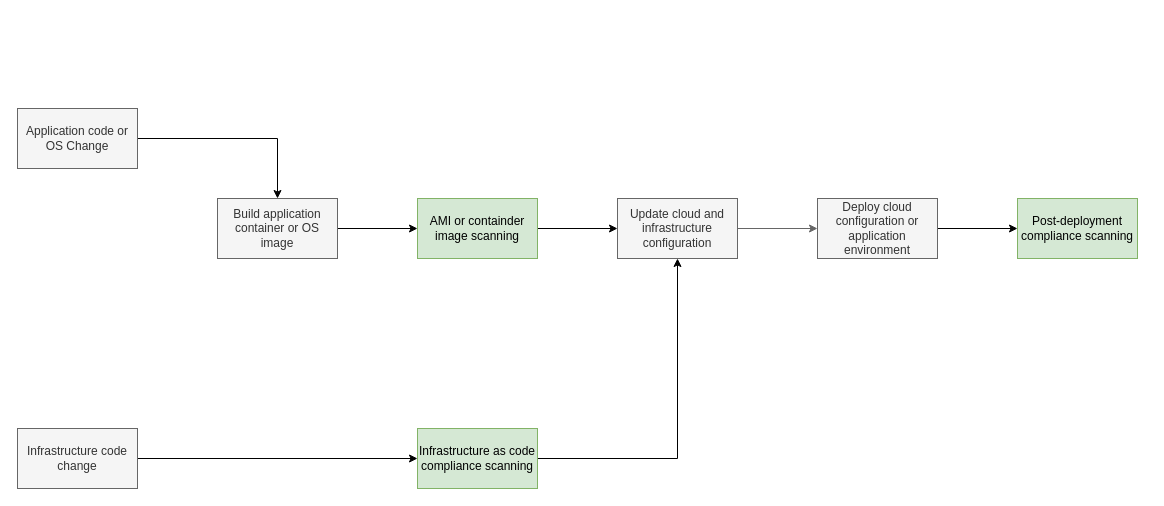
This is DevSecOpsPipeline.drawio from david-delucas/aws-design-for-security-project, a draw.io file, before an edit. Source tidied: cells renumbered, new cells numbered last; positions are measured from the earlier drawing's top-left corner, leaving out a move shared by most shapes. Both pictures are drawn from the tidied source at 100%, with x=0, y=0 at pixel (17, 108).
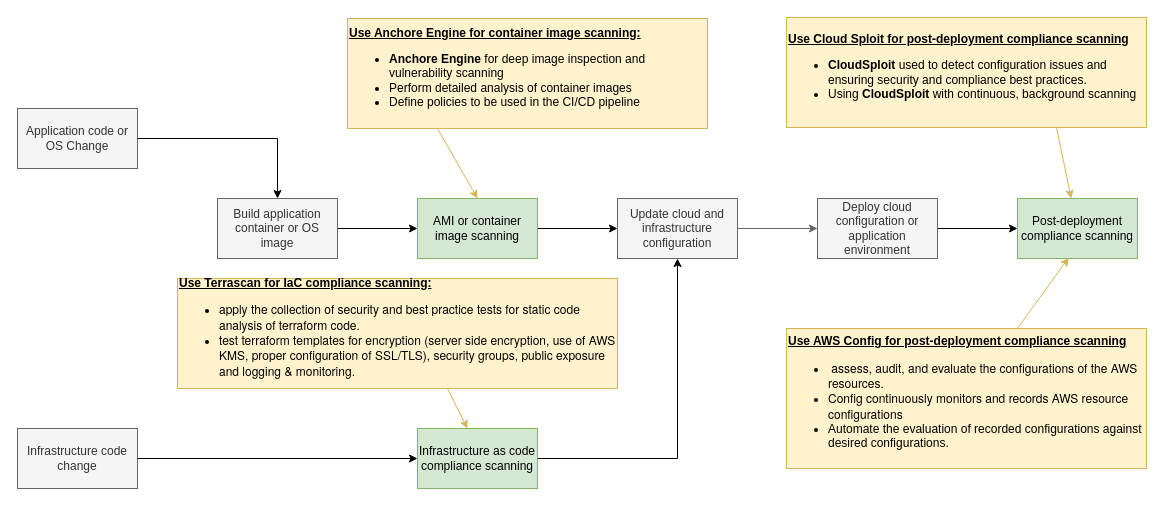
Above is the later version.

Unchanged cells that the change refers to:
```xml
<mxCell id="16" value="Post-deployment compliance scanning" style="rounded=0;whiteSpace=wrap;html=1;fillColor=#d5e8d4;strokeColor=#82b366;" parent="1" vertex="1">
  <mxGeometry x="1000" y="90" width="120" height="60" as="geometry" />
</mxCell>
```

Diff of the diagram source:
```diff
@@
-    <mxCell id="15" value="AMI or containder image scanning" style="rounded=0;whiteSpace=wrap;html=1;fillColor=#d5e8d4;strokeColor=#82b366;" parent="1" vertex="1">
+    <mxCell id="15" value="AMI or container image scanning" style="rounded=0;whiteSpace=wrap;html=1;fillColor=#d5e8d4;strokeColor=#82b366;" parent="1" vertex="1">
       <mxGeometry x="400" y="90" width="120" height="60" as="geometry" />
     </mxCell>
@@
+    <mxCell id="17" value="&lt;div&gt;&lt;b&gt;&lt;u&gt;Use Cloud Sploit for post-deployment compliance scanning&lt;/u&gt;&lt;/b&gt;&lt;/div&gt;&lt;ul&gt;&lt;li&gt;&lt;b&gt;CloudSploit &lt;/b&gt;used to detect configuration issues and ensuring security and compliance best practices.&lt;/li&gt;&lt;li&gt;Using &lt;b&gt;CloudSploit &lt;/b&gt;with continuous, background scanning&lt;/li&gt;&lt;/ul&gt;" style="text;html=1;strokeColor=#d6b656;fillColor=#fff2cc;align=left;verticalAlign=middle;whiteSpace=wrap;rounded=0;" parent="1" vertex="1">
+      <mxGeometry x="769" y="-91" width="360" height="110" as="geometry" />
+    </mxCell>
+    <mxCell id="18" style="endArrow=classic;html=1;exitX=0.75;exitY=1;exitDx=0;exitDy=0;fillColor=#fff2cc;strokeColor=#d6b656;strokeWidth=1;" parent="1" edge="1" source="17" target="16">
+      <mxGeometry relative="1" as="geometry" />
+    </mxCell>
+    <mxCell id="19" value="&lt;div&gt;&lt;b&gt;&lt;u&gt;Use Anchore Engine for container image scanning:&lt;/u&gt;&lt;/b&gt;&lt;/div&gt;&lt;ul&gt;&lt;li&gt;&lt;b&gt;Anchore Engine &lt;/b&gt;for deep image inspection and vulnerability scanning&lt;br&gt;&lt;/li&gt;&lt;li&gt;Perform detailed analysis of container images&lt;/li&gt;&lt;li&gt;Define policies to be used in the CI/CD pipeline&lt;/li&gt;&lt;/ul&gt;" style="text;html=1;strokeColor=#d6b656;fillColor=#fff2cc;align=left;verticalAlign=middle;whiteSpace=wrap;rounded=0;" parent="1" vertex="1">
+      <mxGeometry x="330" y="-90" width="360" height="110" as="geometry" />
+    </mxCell>
+    <mxCell id="20" style="endArrow=classic;html=1;exitX=0.25;exitY=1;exitDx=0;exitDy=0;fillColor=#fff2cc;strokeColor=#d6b656;strokeWidth=1;entryX=0.5;entryY=0;entryDx=0;entryDy=0;" parent="1" edge="1" source="19" target="15">
+      <mxGeometry relative="1" as="geometry" />
+    </mxCell>
+    <mxCell id="21" value="&lt;div&gt;&lt;b&gt;&lt;u&gt;Use AWS Config for post-deployment compliance scanning&lt;/u&gt;&lt;/b&gt;&lt;/div&gt;&lt;ul&gt;&lt;li&gt;&lt;span style=&quot;font-family: &amp;#34;amazonemberlight&amp;#34; , &amp;#34;helvetica neue light&amp;#34; , &amp;#34;helvetica neue&amp;#34; , &amp;#34;helvetica&amp;#34; , &amp;#34;arial&amp;#34; , sans-serif&quot;&gt;&amp;nbsp;assess, audit, and evaluate the configurations of the AWS resources.&amp;nbsp;&lt;/span&gt;&lt;/li&gt;&lt;li&gt;&lt;span style=&quot;font-family: &amp;#34;amazonemberlight&amp;#34; , &amp;#34;helvetica neue light&amp;#34; , &amp;#34;helvetica neue&amp;#34; , &amp;#34;helvetica&amp;#34; , &amp;#34;arial&amp;#34; , sans-serif&quot;&gt;Config continuously monitors and records AWS resource configurations&amp;nbsp;&lt;/span&gt;&lt;/li&gt;&lt;li&gt;Automate the evaluation of recorded configurations against desired configurations.&lt;/li&gt;&lt;/ul&gt;" style="text;html=1;strokeColor=#d6b656;fillColor=#fff2cc;align=left;verticalAlign=middle;whiteSpace=wrap;rounded=0;" parent="1" vertex="1">
+      <mxGeometry x="769" y="220" width="360" height="140" as="geometry" />
+    </mxCell>
+    <mxCell id="22" style="endArrow=classic;html=1;fillColor=#fff2cc;strokeColor=#d6b656;strokeWidth=1;entryX=0.427;entryY=0.987;entryDx=0;entryDy=0;entryPerimeter=0;" parent="1" edge="1" source="21" target="16">
+      <mxGeometry relative="1" as="geometry" />
+    </mxCell>
+    <mxCell id="23" value="&lt;div&gt;&lt;b&gt;&lt;u&gt;Use Terrascan for IaC compliance scanning:&lt;/u&gt;&lt;/b&gt;&lt;/div&gt;&lt;ul&gt;&lt;li&gt;&lt;font face=&quot;amazonemberlight, helvetica neue light, helvetica neue, helvetica, arial, sans-serif&quot;&gt;apply the collection of security and best practice tests for static code analysis of terraform code.&lt;/font&gt;&lt;/li&gt;&lt;li&gt;&lt;span&gt;&lt;font face=&quot;amazonemberlight, helvetica neue light, helvetica neue, helvetica, arial, sans-serif&quot;&gt;test terraform templates for encryption (server side encryption, use of AWS KMS, proper configuration of SSL/TLS), security groups, public exposure and logging &amp;amp; monitoring&lt;/font&gt;.&lt;/span&gt;&lt;br&gt;&lt;/li&gt;&lt;/ul&gt;" style="text;html=1;strokeColor=#d6b656;fillColor=#fff2cc;align=left;verticalAlign=middle;whiteSpace=wrap;rounded=0;" parent="1" vertex="1">
+      <mxGeometry x="160" y="170" width="440" height="110" as="geometry" />
+    </mxCell>
+    <mxCell id="24" style="endArrow=classic;html=1;exitX=0.25;exitY=1;exitDx=0;exitDy=0;fillColor=#fff2cc;strokeColor=#d6b656;strokeWidth=1;" parent="1" edge="1">
+      <mxGeometry relative="1" as="geometry">
+        <mxPoint x="430" y="280" as="sourcePoint" />
+        <mxPoint x="450" y="320" as="targetPoint" />
+      </mxGeometry>
+    </mxCell>
```
